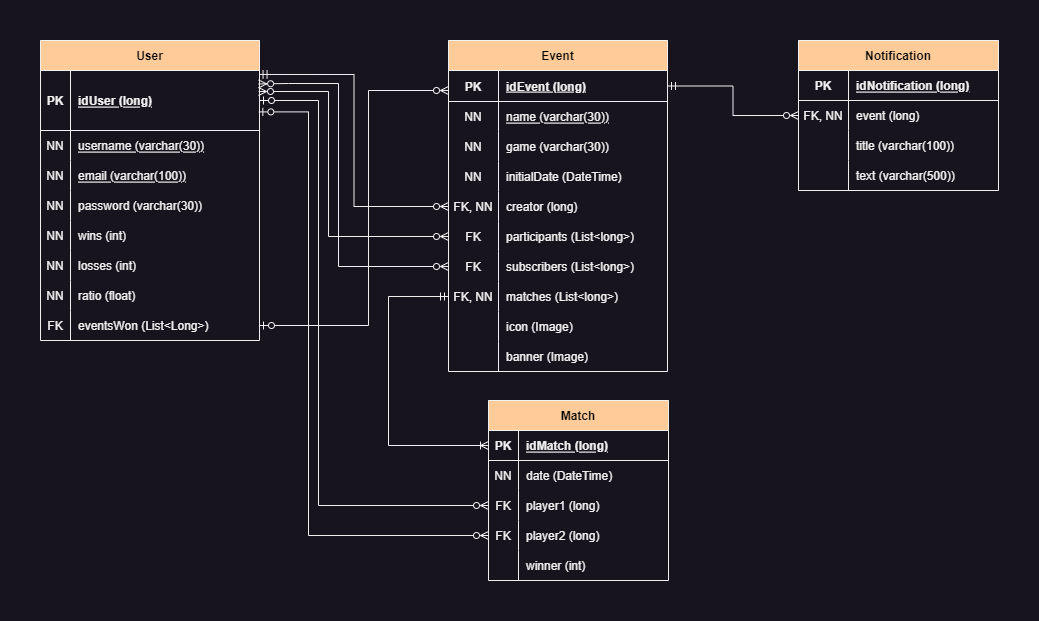
This is diagrams/diagram_er_attr_dad.png from emartg/eFightClub, a draw.io export, as it was before one commit. Source tidied: cells renumbered, new cells last; positions are measured from the earlier drawing's top-left corner, leaving out a move shared by most shapes.
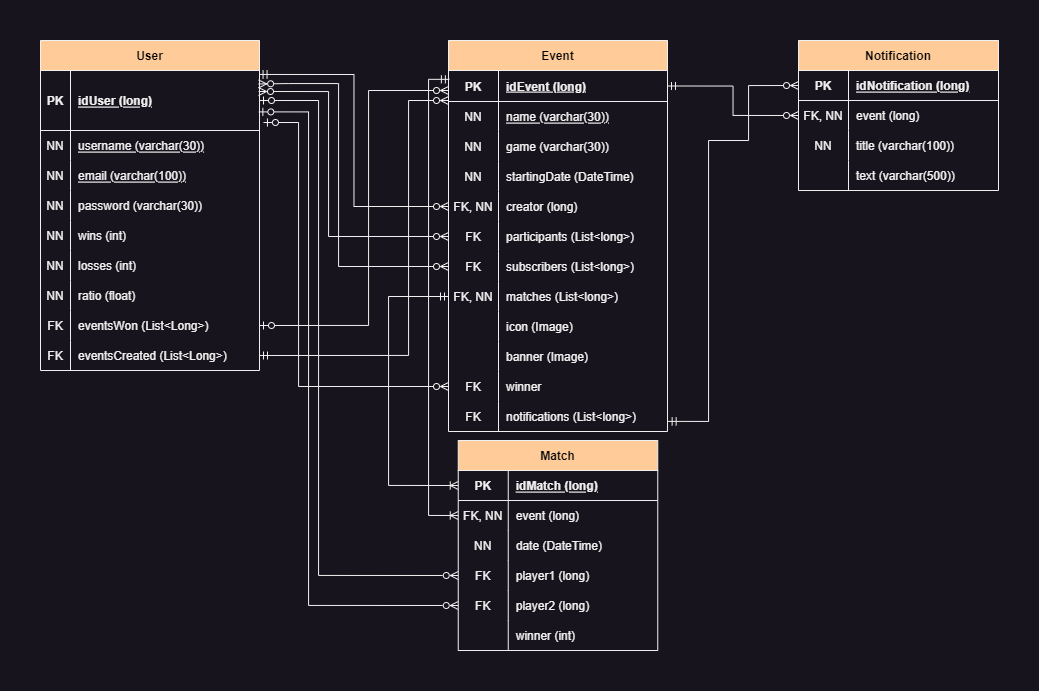
After the commit.

Commit message:
Actualización diagrama de entidad relación con atributos.

Actualización diagrama de entidad relación con atributos.

- Agregadas variables adicionales para el correcto funcionamiento de la BBDD.

Diff of the diagram source:
```diff
@@ -3,7 +3,7 @@
     <mxCell id="0" />
     <mxCell id="1" parent="0" />
     <mxCell id="2" value="User" style="shape=table;startSize=30;rowLines=0;fontStyle=1;align=center;fillColor=#ffcc99;strokeColor=#F0F0F0;fontColor=#000000;" parent="1" vertex="1">
-      <mxGeometry width="219" height="300" as="geometry" />
+      <mxGeometry width="219" height="330" as="geometry" />
     </mxCell>
     <mxCell id="3" style="shape=tableRow;horizontal=0;startSize=0;swimlaneHead=0;swimlaneBody=0;fillColor=none;points=[[0,0.5],[1,0.5]];portConstraint=eastwest;top=0;left=0;right=0;bottom=1;" parent="2" vertex="1">
       <mxGeometry y="30" width="219" height="60" as="geometry" />
@@ -68,17 +68,26 @@
     <mxCell id="23" value="ratio (float)" style="shape=partialRectangle;fillColor=none;top=0;left=0;bottom=0;right=0;align=left;spacingLeft=6;overflow=hidden;" parent="21" vertex="1">
       <mxGeometry x="30" width="189" height="30" as="geometry" />
     </mxCell>
+    <mxCell id="95" style="shape=tableRow;horizontal=0;startSize=0;swimlaneHead=0;swimlaneBody=0;fillColor=none;top=0;left=0;right=0;bottom=0;" parent="2" vertex="1">
+      <mxGeometry y="270" width="219" height="30" as="geometry" />
+    </mxCell>
+    <mxCell id="96" value="FK" style="shape=partialRectangle;fillColor=none;top=0;left=0;bottom=0;right=0;overflow=hidden;" parent="95" vertex="1">
+      <mxGeometry width="30" height="30" as="geometry" />
+    </mxCell>
+    <mxCell id="97" value="eventsWon (List&lt;Long&gt;)" style="shape=partialRectangle;fillColor=none;top=0;left=0;bottom=0;right=0;align=left;spacingLeft=6;overflow=hidden;" parent="95" vertex="1">
+      <mxGeometry x="30" width="189" height="30" as="geometry" />
+    </mxCell>
     <mxCell id="24" style="shape=tableRow;horizontal=0;startSize=0;swimlaneHead=0;swimlaneBody=0;fillColor=none;points=[[0,0.5],[1,0.5]];portConstraint=eastwest;top=0;left=0;right=0;bottom=0;" parent="2" vertex="1">
-      <mxGeometry y="270" width="219" height="30" as="geometry" />
+      <mxGeometry y="300" width="219" height="30" as="geometry" />
     </mxCell>
     <mxCell id="25" value="FK" style="shape=partialRectangle;fillColor=none;top=0;left=0;bottom=0;right=0;overflow=hidden;" parent="24" vertex="1">
       <mxGeometry width="30" height="30" as="geometry" />
     </mxCell>
-    <mxCell id="26" value="eventsWon (List&lt;Long&gt;)" style="shape=partialRectangle;fillColor=none;top=0;left=0;bottom=0;right=0;align=left;spacingLeft=6;overflow=hidden;" parent="24" vertex="1">
+    <mxCell id="26" value="eventsCreated (List&lt;Long&gt;)" style="shape=partialRectangle;fillColor=none;top=0;left=0;bottom=0;right=0;align=left;spacingLeft=6;overflow=hidden;" parent="24" vertex="1">
       <mxGeometry x="30" width="189" height="30" as="geometry" />
     </mxCell>
     <mxCell id="27" value="Event" style="shape=table;startSize=30;rowLines=0;fontStyle=1;align=center;fillColor=#ffcc99;strokeColor=#F0F0F0;fontColor=#000000;" parent="1" vertex="1">
-      <mxGeometry x="408" width="219" height="331" as="geometry" />
+      <mxGeometry x="408" width="219" height="391" as="geometry" />
     </mxCell>
     <mxCell id="28" style="shape=tableRow;horizontal=0;startSize=0;swimlaneHead=0;swimlaneBody=0;fillColor=none;points=[[0,0.5],[1,0.5]];portConstraint=eastwest;top=0;left=0;right=0;bottom=1;" parent="27" vertex="1">
       <mxGeometry y="30" width="219" height="31" as="geometry" />
@@ -113,7 +122,7 @@
     <mxCell id="38" value="NN" style="shape=partialRectangle;fillColor=none;top=0;left=0;bottom=0;right=0;overflow=hidden;" parent="37" vertex="1">
       <mxGeometry width="50" height="30" as="geometry" />
     </mxCell>
-    <mxCell id="39" value="initialDate (DateTime)" style="shape=partialRectangle;fillColor=none;top=0;left=0;bottom=0;right=0;align=left;spacingLeft=6;overflow=hidden;" parent="37" vertex="1">
+    <mxCell id="39" value="startingDate (DateTime)" style="shape=partialRectangle;fillColor=none;top=0;left=0;bottom=0;right=0;align=left;spacingLeft=6;overflow=hidden;" parent="37" vertex="1">
       <mxGeometry x="50" width="169" height="30" as="geometry" />
     </mxCell>
     <mxCell id="40" style="shape=tableRow;horizontal=0;startSize=0;swimlaneHead=0;swimlaneBody=0;fillColor=none;points=[[0,0.5],[1,0.5]];portConstraint=eastwest;top=0;left=0;right=0;bottom=0;" parent="27" vertex="1">
@@ -170,56 +179,83 @@
     <mxCell id="57" value="banner (Image)" style="shape=partialRectangle;fillColor=none;top=0;left=0;bottom=0;right=0;align=left;spacingLeft=6;overflow=hidden;" parent="55" vertex="1">
       <mxGeometry x="50" width="169" height="30" as="geometry" />
     </mxCell>
+    <mxCell id="98" style="shape=tableRow;horizontal=0;startSize=0;swimlaneHead=0;swimlaneBody=0;fillColor=none;points=[[0,0.5],[1,0.5]];portConstraint=eastwest;top=0;left=0;right=0;bottom=0;" parent="27" vertex="1">
+      <mxGeometry y="331" width="219" height="30" as="geometry" />
+    </mxCell>
+    <mxCell id="99" value="FK" style="shape=partialRectangle;fillColor=none;top=0;left=0;bottom=0;right=0;overflow=hidden;" parent="98" vertex="1">
+      <mxGeometry width="50" height="30" as="geometry" />
+    </mxCell>
+    <mxCell id="100" value="winner" style="shape=partialRectangle;fillColor=none;top=0;left=0;bottom=0;right=0;align=left;spacingLeft=6;overflow=hidden;" parent="98" vertex="1">
+      <mxGeometry x="50" width="169" height="30" as="geometry" />
+    </mxCell>
+    <mxCell id="101" style="shape=tableRow;horizontal=0;startSize=0;swimlaneHead=0;swimlaneBody=0;fillColor=none;points=[[0,0.5],[1,0.5]];portConstraint=eastwest;top=0;left=0;right=0;bottom=0;" parent="27" vertex="1">
+      <mxGeometry y="361" width="219" height="30" as="geometry" />
+    </mxCell>
+    <mxCell id="102" value="FK" style="shape=partialRectangle;fillColor=none;top=0;left=0;bottom=0;right=0;overflow=hidden;" parent="101" vertex="1">
+      <mxGeometry width="50" height="30" as="geometry" />
+    </mxCell>
+    <mxCell id="103" value="notifications (List&lt;long&gt;)" style="shape=partialRectangle;fillColor=none;top=0;left=0;bottom=0;right=0;align=left;spacingLeft=6;overflow=hidden;" parent="101" vertex="1">
+      <mxGeometry x="50" width="169" height="30" as="geometry" />
+    </mxCell>
     <mxCell id="58" style="edgeStyle=orthogonalEdgeStyle;rounded=0;jettySize=auto;html=1;exitX=0;exitY=0.5;exitDx=0;exitDy=0;entryX=0.998;entryY=0.066;entryDx=0;entryDy=0;startArrow=ERzeroToMany;startFill=0;endArrow=ERmandOne;endFill=0;entryPerimeter=0;" parent="1" edge="1" source="40" target="3">
       <mxGeometry relative="1" as="geometry" />
     </mxCell>
     <mxCell id="59" value="Match" style="shape=table;startSize=30;rowLines=0;fontStyle=1;align=center;fillColor=#ffcc99;strokeColor=#F0F0F0;fontColor=#000000;" parent="1" vertex="1">
-      <mxGeometry x="448" y="360" width="180" height="180" as="geometry" />
+      <mxGeometry x="417.8" y="400" width="199.5" height="210" as="geometry" />
     </mxCell>
     <mxCell id="60" style="shape=tableRow;horizontal=0;startSize=0;swimlaneHead=0;swimlaneBody=0;fillColor=none;points=[[0,0.5],[1,0.5]];portConstraint=eastwest;top=0;left=0;right=0;bottom=1;" parent="59" vertex="1">
-      <mxGeometry y="30" width="180" height="30" as="geometry" />
+      <mxGeometry y="30" width="199.5" height="30" as="geometry" />
     </mxCell>
     <mxCell id="61" value="PK" style="shape=partialRectangle;fillColor=none;top=0;left=0;bottom=0;right=0;fontStyle=1;overflow=hidden;" parent="60" vertex="1">
-      <mxGeometry width="30" height="30" as="geometry" />
+      <mxGeometry width="50" height="30" as="geometry" />
     </mxCell>
     <mxCell id="62" value="idMatch (long)" style="shape=partialRectangle;fillColor=none;top=0;left=0;bottom=0;right=0;align=left;spacingLeft=6;fontStyle=5;overflow=hidden;" parent="60" vertex="1">
-      <mxGeometry x="30" width="150" height="30" as="geometry" />
+      <mxGeometry x="50" width="149.5" height="30" as="geometry" />
     </mxCell>
     <mxCell id="63" style="shape=tableRow;horizontal=0;startSize=0;swimlaneHead=0;swimlaneBody=0;fillColor=none;points=[[0,0.5],[1,0.5]];portConstraint=eastwest;top=0;left=0;right=0;bottom=0;" parent="59" vertex="1">
-      <mxGeometry y="60" width="180" height="30" as="geometry" />
+      <mxGeometry y="60" width="199.5" height="30" as="geometry" />
     </mxCell>
-    <mxCell id="64" value="NN" style="shape=partialRectangle;fillColor=none;top=0;left=0;bottom=0;right=0;overflow=hidden;" parent="63" vertex="1">
-      <mxGeometry width="30" height="30" as="geometry" />
+    <mxCell id="64" value="FK, NN" style="shape=partialRectangle;fillColor=none;top=0;left=0;bottom=0;right=0;overflow=hidden;" parent="63" vertex="1">
+      <mxGeometry width="50" height="30" as="geometry" />
     </mxCell>
-    <mxCell id="65" value="date (DateTime)" style="shape=partialRectangle;fillColor=none;top=0;left=0;bottom=0;right=0;align=left;spacingLeft=6;overflow=hidden;" parent="63" vertex="1">
-      <mxGeometry x="30" width="150" height="30" as="geometry" />
+    <mxCell id="65" value="event (long)" style="shape=partialRectangle;fillColor=none;top=0;left=0;bottom=0;right=0;align=left;spacingLeft=6;overflow=hidden;" parent="63" vertex="1">
+      <mxGeometry x="50" width="149.5" height="30" as="geometry" />
     </mxCell>
+    <mxCell id="104" style="shape=tableRow;horizontal=0;startSize=0;swimlaneHead=0;swimlaneBody=0;fillColor=none;top=0;left=0;right=0;bottom=0;" parent="59" vertex="1">
+      <mxGeometry y="90" width="199.5" height="30" as="geometry" />
+    </mxCell>
+    <mxCell id="105" value="NN" style="shape=partialRectangle;fillColor=none;top=0;left=0;bottom=0;right=0;overflow=hidden;" parent="104" vertex="1">
+      <mxGeometry width="50" height="30" as="geometry" />
+    </mxCell>
+    <mxCell id="106" value="date (DateTime)" style="shape=partialRectangle;fillColor=none;top=0;left=0;bottom=0;right=0;align=left;spacingLeft=6;overflow=hidden;" parent="104" vertex="1">
+      <mxGeometry x="50" width="149.5" height="30" as="geometry" />
+    </mxCell>
     <mxCell id="66" style="shape=tableRow;horizontal=0;startSize=0;swimlaneHead=0;swimlaneBody=0;fillColor=none;points=[[0,0.5],[1,0.5]];portConstraint=eastwest;top=0;left=0;right=0;bottom=0;" parent="59" vertex="1">
-      <mxGeometry y="90" width="180" height="30" as="geometry" />
+      <mxGeometry y="120" width="199.5" height="30" as="geometry" />
     </mxCell>
     <mxCell id="67" value="FK" style="shape=partialRectangle;fillColor=none;top=0;left=0;bottom=0;right=0;overflow=hidden;" parent="66" vertex="1">
-      <mxGeometry width="30" height="30" as="geometry" />
+      <mxGeometry width="50" height="30" as="geometry" />
     </mxCell>
     <mxCell id="68" value="player1 (long)" style="shape=partialRectangle;fillColor=none;top=0;left=0;bottom=0;right=0;align=left;spacingLeft=6;overflow=hidden;" parent="66" vertex="1">
-      <mxGeometry x="30" width="150" height="30" as="geometry" />
+      <mxGeometry x="50" width="149.5" height="30" as="geometry" />
     </mxCell>
     <mxCell id="69" style="shape=tableRow;horizontal=0;startSize=0;swimlaneHead=0;swimlaneBody=0;fillColor=none;points=[[0,0.5],[1,0.5]];portConstraint=eastwest;top=0;left=0;right=0;bottom=0;" parent="59" vertex="1">
-      <mxGeometry y="120" width="180" height="30" as="geometry" />
+      <mxGeometry y="150" width="199.5" height="30" as="geometry" />
     </mxCell>
     <mxCell id="70" value="FK" style="shape=partialRectangle;fillColor=none;top=0;left=0;bottom=0;right=0;overflow=hidden;" parent="69" vertex="1">
-      <mxGeometry width="30" height="30" as="geometry" />
+      <mxGeometry width="50" height="30" as="geometry" />
     </mxCell>
     <mxCell id="71" value="player2 (long)" style="shape=partialRectangle;fillColor=none;top=0;left=0;bottom=0;right=0;align=left;spacingLeft=6;overflow=hidden;" parent="69" vertex="1">
-      <mxGeometry x="30" width="150" height="30" as="geometry" />
+      <mxGeometry x="50" width="149.5" height="30" as="geometry" />
     </mxCell>
     <mxCell id="72" style="shape=tableRow;horizontal=0;startSize=0;swimlaneHead=0;swimlaneBody=0;fillColor=none;top=0;left=0;right=0;bottom=0;" parent="59" vertex="1">
-      <mxGeometry y="150" width="180" height="30" as="geometry" />
+      <mxGeometry y="180" width="199.5" height="30" as="geometry" />
     </mxCell>
     <mxCell id="73" style="shape=partialRectangle;fillColor=none;top=0;left=0;bottom=0;right=0;overflow=hidden;" parent="72" vertex="1">
-      <mxGeometry width="30" height="30" as="geometry" />
+      <mxGeometry width="50" height="30" as="geometry" />
     </mxCell>
     <mxCell id="74" value="winner (int)" style="shape=partialRectangle;fillColor=none;top=0;left=0;bottom=0;right=0;align=left;spacingLeft=6;overflow=hidden;" parent="72" vertex="1">
-      <mxGeometry x="30" width="150" height="30" as="geometry" />
+      <mxGeometry x="50" width="149.5" height="30" as="geometry" />
     </mxCell>
     <mxCell id="75" value="Notification" style="shape=table;startSize=30;rowLines=0;fontStyle=1;align=center;fillColor=#ffcc99;strokeColor=#F0F0F0;fontColor=#000000;" parent="1" vertex="1">
       <mxGeometry x="758" width="200" height="150" as="geometry" />
@@ -245,7 +281,7 @@
     <mxCell id="82" style="shape=tableRow;horizontal=0;startSize=0;swimlaneHead=0;swimlaneBody=0;fillColor=none;top=0;left=0;right=0;bottom=0;" parent="75" vertex="1">
       <mxGeometry y="90" width="200" height="30" as="geometry" />
     </mxCell>
-    <mxCell id="83" style="shape=partialRectangle;fillColor=none;top=0;left=0;bottom=0;right=0;overflow=hidden;" parent="82" vertex="1">
+    <mxCell id="83" value="NN" style="shape=partialRectangle;fillColor=none;top=0;left=0;bottom=0;right=0;overflow=hidden;" parent="82" vertex="1">
       <mxGeometry width="50" height="30" as="geometry" />
     </mxCell>
     <mxCell id="84" value="title (varchar(100))" style="shape=partialRectangle;fillColor=none;top=0;left=0;bottom=0;right=0;align=left;spacingLeft=6;overflow=hidden;" parent="82" vertex="1">
@@ -260,8 +296,9 @@
     <mxCell id="87" value="text (varchar(500))" style="shape=partialRectangle;fillColor=none;top=0;left=0;bottom=0;right=0;align=left;spacingLeft=6;overflow=hidden;" parent="85" vertex="1">
       <mxGeometry x="50" width="150" height="30" as="geometry" />
     </mxCell>
-    <mxCell id="88" style="edgeStyle=orthogonalEdgeStyle;rounded=0;jettySize=auto;html=1;exitX=1;exitY=0.5;exitDx=0;exitDy=0;endArrow=ERzeroToMany;endFill=0;startArrow=ERzeroToOne;startFill=0;" parent="1" edge="1" source="24">
+    <mxCell id="88" style="edgeStyle=orthogonalEdgeStyle;rounded=0;orthogonalLoop=1;jettySize=auto;html=1;endArrow=ERzeroToMany;endFill=0;startArrow=ERzeroToOne;startFill=0;" parent="1" edge="1">
       <mxGeometry relative="1" as="geometry">
+        <mxPoint x="219" y="285" as="sourcePoint" />
         <mxPoint x="408" y="50" as="targetPoint" />
         <Array as="points">
           <mxPoint x="328" y="285" />
@@ -290,7 +327,7 @@
     <mxCell id="91" style="edgeStyle=orthogonalEdgeStyle;rounded=0;jettySize=auto;html=1;exitX=0;exitY=0.5;exitDx=0;exitDy=0;endArrow=ERmandOne;endFill=0;startArrow=ERoneToMany;startFill=0;entryX=0;entryY=0.5;entryDx=0;entryDy=0;" parent="1" edge="1" source="60" target="49">
       <mxGeometry relative="1" as="geometry">
         <Array as="points">
-          <mxPoint x="348" y="405" />
+          <mxPoint x="348" y="445" />
           <mxPoint x="348" y="256" />
         </Array>
       </mxGeometry>
@@ -298,7 +335,7 @@
     <mxCell id="92" style="edgeStyle=orthogonalEdgeStyle;rounded=0;jettySize=auto;html=1;exitX=0;exitY=0.5;exitDx=0;exitDy=0;entryX=1;entryY=0.5;entryDx=0;entryDy=0;strokeColor=default;endArrow=ERzeroToOne;endFill=0;startArrow=ERzeroToMany;startFill=0;" parent="1" edge="1" source="66" target="3">
       <mxGeometry relative="1" as="geometry">
         <Array as="points">
-          <mxPoint x="278" y="465" />
+          <mxPoint x="278" y="535" />
           <mxPoint x="278" y="60" />
         </Array>
       </mxGeometry>
@@ -306,7 +343,7 @@
     <mxCell id="93" style="edgeStyle=orthogonalEdgeStyle;rounded=0;jettySize=auto;html=1;exitX=0;exitY=0.5;exitDx=0;exitDy=0;entryX=0.997;entryY=0.69;entryDx=0;entryDy=0;entryPerimeter=0;endArrow=ERzeroToOne;endFill=0;startArrow=ERzeroToMany;startFill=0;" parent="1" edge="1" source="69" target="3">
       <mxGeometry relative="1" as="geometry">
         <Array as="points">
-          <mxPoint x="268" y="495" />
+          <mxPoint x="268" y="565" />
           <mxPoint x="268" y="71" />
         </Array>
       </mxGeometry>
@@ -314,5 +351,34 @@
     <mxCell id="94" style="edgeStyle=orthogonalEdgeStyle;rounded=0;jettySize=auto;html=1;exitX=0;exitY=0.5;exitDx=0;exitDy=0;entryX=1;entryY=0.5;entryDx=0;entryDy=0;startArrow=ERzeroToMany;startFill=0;endArrow=ERmandOne;endFill=0;" parent="1" edge="1" source="79" target="28">
       <mxGeometry relative="1" as="geometry" />
     </mxCell>
+    <mxCell id="107" style="edgeStyle=orthogonalEdgeStyle;rounded=0;jettySize=auto;html=1;exitX=0;exitY=0.5;exitDx=0;exitDy=0;entryX=1.018;entryY=0.867;entryDx=0;entryDy=0;entryPerimeter=0;endArrow=ERzeroToOne;endFill=0;startArrow=ERzeroToMany;startFill=0;" parent="1" edge="1" source="98" target="3">
+      <mxGeometry relative="1" as="geometry">
+        <Array as="points">
+          <mxPoint x="258" y="346" />
+          <mxPoint x="258" y="82" />
+        </Array>
+      </mxGeometry>
+    </mxCell>
+    <mxCell id="108" style="edgeStyle=orthogonalEdgeStyle;rounded=0;jettySize=auto;html=1;exitX=1;exitY=0.5;exitDx=0;exitDy=0;startArrow=ERmandOne;startFill=0;endArrow=ERzeroToMany;endFill=0;entryX=0;entryY=0.968;entryDx=0;entryDy=0;entryPerimeter=0;" parent="1" edge="1" source="24" target="28">
+      <mxGeometry relative="1" as="geometry">
+        <Array as="points">
+          <mxPoint x="368" y="315" />
+          <mxPoint x="368" y="60" />
+        </Array>
+      </mxGeometry>
+    </mxCell>
+    <mxCell id="109" style="edgeStyle=orthogonalEdgeStyle;rounded=0;jettySize=auto;html=1;exitX=0;exitY=0.5;exitDx=0;exitDy=0;entryX=0.004;entryY=0.285;entryDx=0;entryDy=0;entryPerimeter=0;startArrow=ERoneToMany;startFill=0;endArrow=ERmandOne;endFill=0;" parent="1" edge="1" source="63" target="28">
+      <mxGeometry relative="1" as="geometry" />
+    </mxCell>
+    <mxCell id="110" style="edgeStyle=orthogonalEdgeStyle;rounded=0;jettySize=auto;html=1;exitX=0;exitY=0.5;exitDx=0;exitDy=0;entryX=1.003;entryY=0.663;entryDx=0;entryDy=0;entryPerimeter=0;startArrow=ERzeroToMany;startFill=0;endArrow=ERmandOne;endFill=0;" parent="1" edge="1" source="76" target="101">
+      <mxGeometry relative="1" as="geometry">
+        <Array as="points">
+          <mxPoint x="708" y="45" />
+          <mxPoint x="708" y="100" />
+          <mxPoint x="668" y="100" />
+          <mxPoint x="668" y="381" />
+        </Array>
+      </mxGeometry>
+    </mxCell>
   </root>
 </mxGraphModel>
```
